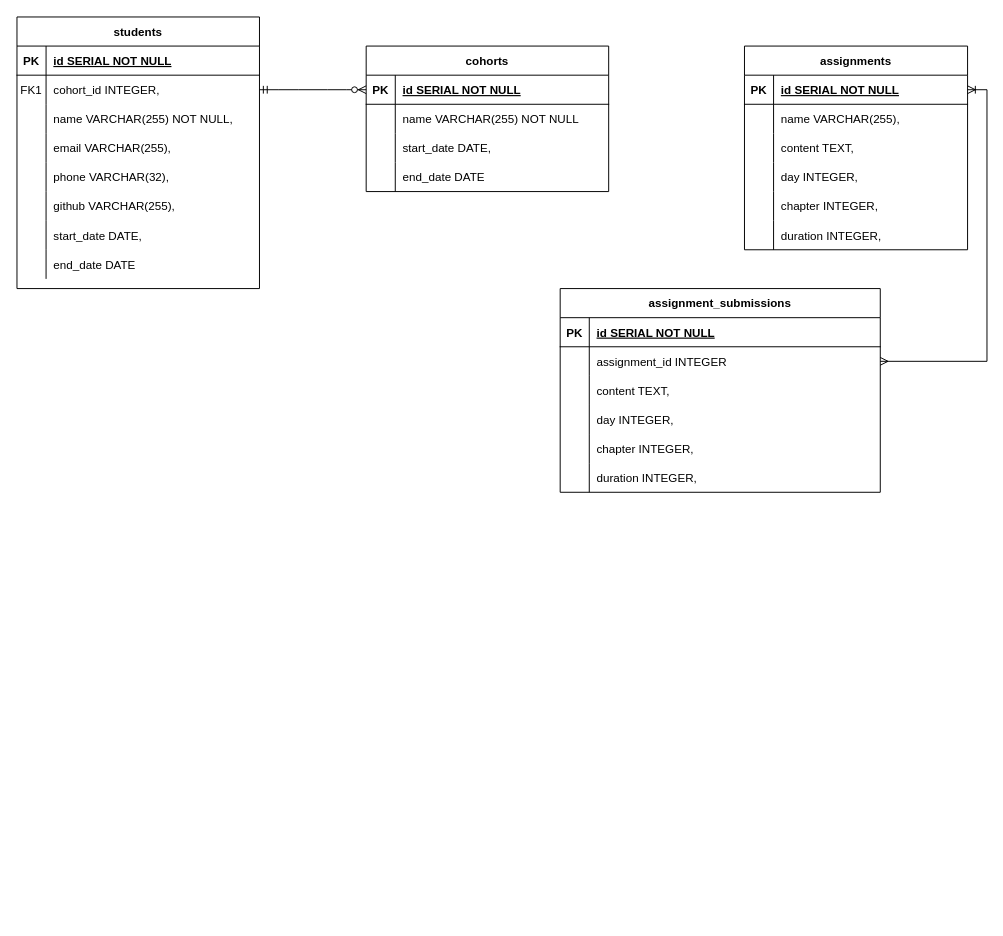
Above: BootcampX Diagram.drawio in Atkinss1/bootcampX (draw.io), before the change. Source tidied: cells renumbered, new cells numbered last; positions are measured from the earlier drawing's top-left corner, leaving out a move shared by most shapes. Both pictures are drawn from the tidied source at 97%, with x=0, y=0 at pixel (16, 16).
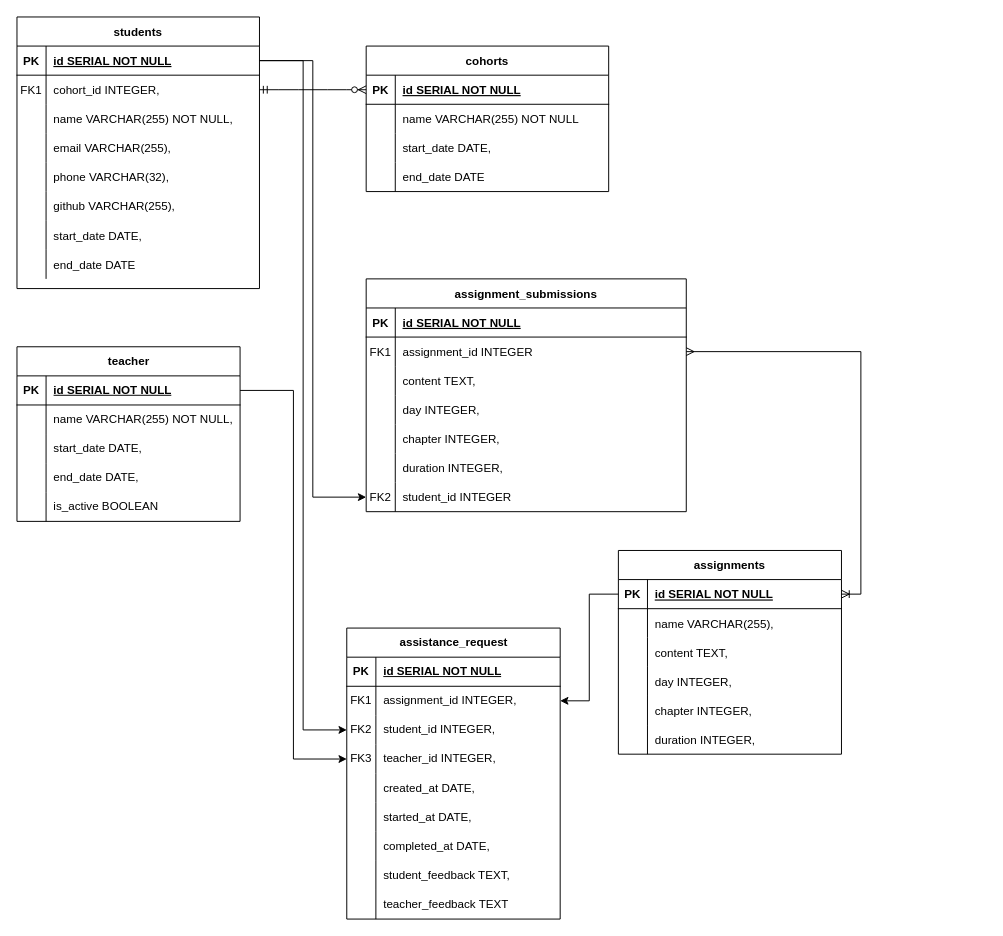
Above is the later version.

Commit message:
add: assistance_requests and teacher tables

Unchanged cells that the change refers to:
```xml
<mxCell id="4" style="shape=partialRectangle;fillColor=none;points=[[0,0.5],[1,0.5]];portConstraint=eastwest;top=0;left=0;right=0;bottom=1;" parent="3" vertex="1">
  <mxGeometry y="30" width="250" height="30" as="geometry" />
</mxCell>
<mxCell id="42" style="shape=partialRectangle;fillColor=none;points=[[0,0.5],[1,0.5]];portConstraint=eastwest;top=0;left=0;right=0;bottom=1;" parent="41" vertex="1">
  <mxGeometry y="30" width="230" height="30" as="geometry" />
</mxCell>
<mxCell id="64" style="shape=partialRectangle;fillColor=none;points=[[0,0.5],[1,0.5]];portConstraint=eastwest;top=0;left=0;right=0;bottom=0;" parent="60" vertex="1">
  <mxGeometry y="60" width="330" height="30" as="geometry" />
</mxCell>
```

What changed in the source:
```diff
@@
     <mxCell id="41" value="assignments" style="shape=table;startSize=30;childLayout=tableLayout;rowLines=0;fontStyle=1;align=center;" parent="1" vertex="1">
-      <mxGeometry x="750" y="30" width="230" height="210" as="geometry" />
+      <mxGeometry x="620" y="550" width="230" height="210" as="geometry" />
     </mxCell>
@@
     <mxCell id="60" value="assignment_submissions" style="shape=table;startSize=30;childLayout=tableLayout;rowLines=0;fontStyle=1;align=center;" parent="1" vertex="1">
-      <mxGeometry x="560" y="280" width="330" height="210" as="geometry" />
+      <mxGeometry x="360" y="270" width="330" height="240" as="geometry" />
     </mxCell>
@@
-    <mxCell id="65" style="shape=partialRectangle;overflow=hidden;fillColor=none;top=0;left=0;bottom=0;right=0;" parent="64" vertex="1">
+    <mxCell id="65" value="FK1" style="shape=partialRectangle;overflow=hidden;fillColor=none;top=0;left=0;bottom=0;right=0;" parent="64" vertex="1">
       <mxGeometry width="30" height="30" as="geometry" />
     </mxCell>
@@
+    <mxCell id="80" style="shape=partialRectangle;fillColor=none;points=[[0,0.5],[1,0.5]];portConstraint=eastwest;top=0;left=0;right=0;bottom=0;" parent="60" vertex="1">
+      <mxGeometry y="210" width="330" height="30" as="geometry" />
+    </mxCell>
+    <mxCell id="81" value="FK2" style="shape=partialRectangle;overflow=hidden;fillColor=none;top=0;left=0;bottom=0;right=0;" parent="80" vertex="1">
+      <mxGeometry width="30" height="30" as="geometry" />
+    </mxCell>
+    <mxCell id="82" value="student_id INTEGER" style="shape=partialRectangle;overflow=hidden;fillColor=none;top=0;left=0;bottom=0;right=0;align=left;spacingLeft=6;" parent="80" vertex="1">
+      <mxGeometry x="30" width="300" height="30" as="geometry" />
+    </mxCell>
@@
+    <mxCell id="83" value="teacher" style="shape=table;startSize=30;childLayout=tableLayout;rowLines=0;fontStyle=1;align=center;html=1;" parent="1" vertex="1">
+      <mxGeometry y="340" width="230" height="180" as="geometry" />
+    </mxCell>
+    <mxCell id="84" style="shape=tableRow;horizontal=0;startSize=0;swimlaneHead=0;swimlaneBody=0;fillColor=none;points=[[0,0.5],[1,0.5]];portConstraint=eastwest;top=0;left=0;right=0;bottom=1;" parent="83" vertex="1">
+      <mxGeometry y="30" width="230" height="30" as="geometry" />
+    </mxCell>
+    <mxCell id="85" value="PK" style="shape=partialRectangle;fillColor=none;top=0;left=0;bottom=0;right=0;fontStyle=1;overflow=hidden;whiteSpace=wrap;html=1;" parent="84" vertex="1">
+      <mxGeometry width="30" height="30" as="geometry" />
+    </mxCell>
+    <mxCell id="86" value="id SERIAL NOT NULL" style="shape=partialRectangle;fillColor=none;top=0;left=0;bottom=0;right=0;align=left;spacingLeft=6;fontStyle=5;overflow=hidden;whiteSpace=wrap;html=1;" parent="84" vertex="1">
+      <mxGeometry x="30" width="200" height="30" as="geometry" />
+    </mxCell>
+    <mxCell id="87" style="shape=tableRow;horizontal=0;startSize=0;swimlaneHead=0;swimlaneBody=0;fillColor=none;top=0;left=0;right=0;bottom=0;" parent="83" vertex="1">
+      <mxGeometry y="60" width="230" height="30" as="geometry" />
+    </mxCell>
+    <mxCell id="88" style="shape=partialRectangle;fillColor=none;top=0;left=0;bottom=0;right=0;overflow=hidden;whiteSpace=wrap;html=1;" parent="87" vertex="1">
+      <mxGeometry width="30" height="30" as="geometry" />
+    </mxCell>
+    <mxCell id="89" value="name VARCHAR(255) NOT NULL," style="shape=partialRectangle;fillColor=none;top=0;left=0;bottom=0;right=0;align=left;spacingLeft=6;overflow=hidden;whiteSpace=wrap;html=1;" parent="87" vertex="1">
+      <mxGeometry x="30" width="200" height="30" as="geometry" />
+    </mxCell>
+    <mxCell id="90" style="shape=tableRow;horizontal=0;startSize=0;swimlaneHead=0;swimlaneBody=0;fillColor=none;top=0;left=0;right=0;bottom=0;" parent="83" vertex="1">
+      <mxGeometry y="90" width="230" height="30" as="geometry" />
+    </mxCell>
+    <mxCell id="91" style="shape=partialRectangle;fillColor=none;top=0;left=0;bottom=0;right=0;overflow=hidden;whiteSpace=wrap;html=1;" parent="90" vertex="1">
+      <mxGeometry width="30" height="30" as="geometry" />
+    </mxCell>
+    <mxCell id="92" value="start_date DATE," style="shape=partialRectangle;fillColor=none;top=0;left=0;bottom=0;right=0;align=left;spacingLeft=6;overflow=hidden;whiteSpace=wrap;html=1;" parent="90" vertex="1">
+      <mxGeometry x="30" width="200" height="30" as="geometry" />
+    </mxCell>
+    <mxCell id="93" style="shape=tableRow;horizontal=0;startSize=0;swimlaneHead=0;swimlaneBody=0;fillColor=none;top=0;left=0;right=0;bottom=0;" parent="83" vertex="1">
+      <mxGeometry y="120" width="230" height="30" as="geometry" />
+    </mxCell>
+    <mxCell id="94" style="shape=partialRectangle;fillColor=none;top=0;left=0;bottom=0;right=0;overflow=hidden;whiteSpace=wrap;html=1;" parent="93" vertex="1">
+      <mxGeometry width="30" height="30" as="geometry" />
+    </mxCell>
+    <mxCell id="95" value="end_date DATE," style="shape=partialRectangle;fillColor=none;top=0;left=0;bottom=0;right=0;align=left;spacingLeft=6;overflow=hidden;whiteSpace=wrap;html=1;" parent="93" vertex="1">
+      <mxGeometry x="30" width="200" height="30" as="geometry" />
+    </mxCell>
+    <mxCell id="96" style="shape=tableRow;horizontal=0;startSize=0;swimlaneHead=0;swimlaneBody=0;fillColor=none;top=0;left=0;right=0;bottom=0;" parent="83" vertex="1">
+      <mxGeometry y="150" width="230" height="30" as="geometry" />
+    </mxCell>
+    <mxCell id="97" style="shape=partialRectangle;fillColor=none;top=0;left=0;bottom=0;right=0;overflow=hidden;whiteSpace=wrap;html=1;" parent="96" vertex="1">
+      <mxGeometry width="30" height="30" as="geometry" />
+    </mxCell>
+    <mxCell id="98" value="is_active BOOLEAN" style="shape=partialRectangle;fillColor=none;top=0;left=0;bottom=0;right=0;align=left;spacingLeft=6;overflow=hidden;whiteSpace=wrap;html=1;" parent="96" vertex="1">
+      <mxGeometry x="30" width="200" height="30" as="geometry" />
+    </mxCell>
+    <mxCell id="99" value="assistance_request" style="shape=table;startSize=30;childLayout=tableLayout;rowLines=0;fontStyle=1;align=center;html=1;" parent="1" vertex="1">
+      <mxGeometry x="340" y="630" width="220" height="300" as="geometry" />
+    </mxCell>
+    <mxCell id="100" style="shape=tableRow;horizontal=0;startSize=0;swimlaneHead=0;swimlaneBody=0;fillColor=none;top=0;left=0;right=0;bottom=1;" parent="99" vertex="1">
+      <mxGeometry y="30" width="220" height="30" as="geometry" />
+    </mxCell>
+    <mxCell id="101" value="PK" style="shape=partialRectangle;fillColor=none;top=0;left=0;bottom=0;right=0;fontStyle=1;overflow=hidden;whiteSpace=wrap;html=1;" parent="100" vertex="1">
+      <mxGeometry width="30" height="30" as="geometry" />
+    </mxCell>
+    <mxCell id="102" value="id SERIAL NOT NULL" style="shape=partialRectangle;fillColor=none;top=0;left=0;bottom=0;right=0;align=left;spacingLeft=6;fontStyle=5;overflow=hidden;whiteSpace=wrap;html=1;" parent="100" vertex="1">
+      <mxGeometry x="30" width="190" height="30" as="geometry" />
+    </mxCell>
+    <mxCell id="103" style="shape=tableRow;horizontal=0;startSize=0;swimlaneHead=0;swimlaneBody=0;fillColor=none;points=[[0,0.5],[1,0.5]];portConstraint=eastwest;top=0;left=0;right=0;bottom=0;" parent="99" vertex="1">
+      <mxGeometry y="60" width="220" height="30" as="geometry" />
+    </mxCell>
+    <mxCell id="104" value="FK1" style="shape=partialRectangle;fillColor=none;top=0;left=0;bottom=0;right=0;overflow=hidden;whiteSpace=wrap;html=1;" parent="103" vertex="1">
+      <mxGeometry width="30" height="30" as="geometry" />
+    </mxCell>
+    <mxCell id="105" value="assignment_id INTEGER," style="shape=partialRectangle;fillColor=none;top=0;left=0;bottom=0;right=0;align=left;spacingLeft=6;overflow=hidden;whiteSpace=wrap;html=1;" parent="103" vertex="1">
+      <mxGeometry x="30" width="190" height="30" as="geometry" />
+    </mxCell>
+    <mxCell id="106" style="shape=tableRow;horizontal=0;startSize=0;swimlaneHead=0;swimlaneBody=0;fillColor=none;points=[[0,0.5],[1,0.5]];portConstraint=eastwest;top=0;left=0;right=0;bottom=0;" parent="99" vertex="1">
+      <mxGeometry y="90" width="220" height="30" as="geometry" />
+    </mxCell>
+    <mxCell id="107" value="FK2" style="shape=partialRectangle;fillColor=none;top=0;left=0;bottom=0;right=0;overflow=hidden;whiteSpace=wrap;html=1;" parent="106" vertex="1">
+      <mxGeometry width="30" height="30" as="geometry" />
+    </mxCell>
+    <mxCell id="108" value="student_id INTEGER," style="shape=partialRectangle;fillColor=none;top=0;left=0;bottom=0;right=0;align=left;spacingLeft=6;overflow=hidden;whiteSpace=wrap;html=1;" parent="106" vertex="1">
+      <mxGeometry x="30" width="190" height="30" as="geometry" />
+    </mxCell>
+    <mxCell id="109" style="shape=tableRow;horizontal=0;startSize=0;swimlaneHead=0;swimlaneBody=0;fillColor=none;points=[[0,0.5],[1,0.5]];portConstraint=eastwest;top=0;left=0;right=0;bottom=0;" parent="99" vertex="1">
+      <mxGeometry y="120" width="220" height="30" as="geometry" />
+    </mxCell>
+    <mxCell id="110" value="FK3" style="shape=partialRectangle;fillColor=none;top=0;left=0;bottom=0;right=0;overflow=hidden;whiteSpace=wrap;html=1;" parent="109" vertex="1">
+      <mxGeometry width="30" height="30" as="geometry" />
+    </mxCell>
+    <mxCell id="111" value="teacher_id INTEGER," style="shape=partialRectangle;fillColor=none;top=0;left=0;bottom=0;right=0;align=left;spacingLeft=6;overflow=hidden;whiteSpace=wrap;html=1;" parent="109" vertex="1">
+      <mxGeometry x="30" width="190" height="30" as="geometry" />
+    </mxCell>
+    <mxCell id="112" style="shape=tableRow;horizontal=0;startSize=0;swimlaneHead=0;swimlaneBody=0;fillColor=none;top=0;left=0;right=0;bottom=0;" parent="99" vertex="1">
+      <mxGeometry y="150" width="220" height="30" as="geometry" />
+    </mxCell>
+    <mxCell id="113" style="shape=partialRectangle;fillColor=none;top=0;left=0;bottom=0;right=0;overflow=hidden;whiteSpace=wrap;html=1;" parent="112" vertex="1">
+      <mxGeometry width="30" height="30" as="geometry" />
+    </mxCell>
+    <mxCell id="114" value="created_at DATE," style="shape=partialRectangle;fillColor=none;top=0;left=0;bottom=0;right=0;align=left;spacingLeft=6;overflow=hidden;whiteSpace=wrap;html=1;" parent="112" vertex="1">
+      <mxGeometry x="30" width="190" height="30" as="geometry" />
+    </mxCell>
+    <mxCell id="115" style="shape=tableRow;horizontal=0;startSize=0;swimlaneHead=0;swimlaneBody=0;fillColor=none;top=0;left=0;right=0;bottom=0;" parent="99" vertex="1">
+      <mxGeometry y="180" width="220" height="30" as="geometry" />
+    </mxCell>
+    <mxCell id="116" style="shape=partialRectangle;fillColor=none;top=0;left=0;bottom=0;right=0;overflow=hidden;whiteSpace=wrap;html=1;" parent="115" vertex="1">
+      <mxGeometry width="30" height="30" as="geometry" />
+    </mxCell>
+    <mxCell id="117" value="started_at DATE," style="shape=partialRectangle;fillColor=none;top=0;left=0;bottom=0;right=0;align=left;spacingLeft=6;overflow=hidden;whiteSpace=wrap;html=1;" parent="115" vertex="1">
+      <mxGeometry x="30" width="190" height="30" as="geometry" />
+    </mxCell>
+    <mxCell id="118" style="shape=tableRow;horizontal=0;startSize=0;swimlaneHead=0;swimlaneBody=0;fillColor=none;top=0;left=0;right=0;bottom=0;" parent="99" vertex="1">
+      <mxGeometry y="210" width="220" height="30" as="geometry" />
+    </mxCell>
+    <mxCell id="119" style="shape=partialRectangle;fillColor=none;top=0;left=0;bottom=0;right=0;overflow=hidden;whiteSpace=wrap;html=1;" parent="118" vertex="1">
+      <mxGeometry width="30" height="30" as="geometry" />
+    </mxCell>
+    <mxCell id="120" value="completed_at DATE," style="shape=partialRectangle;fillColor=none;top=0;left=0;bottom=0;right=0;align=left;spacingLeft=6;overflow=hidden;whiteSpace=wrap;html=1;" parent="118" vertex="1">
+      <mxGeometry x="30" width="190" height="30" as="geometry" />
+    </mxCell>
+    <mxCell id="121" style="shape=tableRow;horizontal=0;startSize=0;swimlaneHead=0;swimlaneBody=0;fillColor=none;top=0;left=0;right=0;bottom=0;" parent="99" vertex="1">
+      <mxGeometry y="240" width="220" height="30" as="geometry" />
+    </mxCell>
+    <mxCell id="122" style="shape=partialRectangle;fillColor=none;top=0;left=0;bottom=0;right=0;overflow=hidden;whiteSpace=wrap;html=1;" parent="121" vertex="1">
+      <mxGeometry width="30" height="30" as="geometry" />
+    </mxCell>
+    <mxCell id="123" value="student_feedback TEXT," style="shape=partialRectangle;fillColor=none;top=0;left=0;bottom=0;right=0;align=left;spacingLeft=6;overflow=hidden;whiteSpace=wrap;html=1;" parent="121" vertex="1">
+      <mxGeometry x="30" width="190" height="30" as="geometry" />
+    </mxCell>
+    <mxCell id="124" style="shape=tableRow;horizontal=0;startSize=0;swimlaneHead=0;swimlaneBody=0;fillColor=none;top=0;left=0;right=0;bottom=0;" parent="99" vertex="1">
+      <mxGeometry y="270" width="220" height="30" as="geometry" />
+    </mxCell>
+    <mxCell id="125" style="shape=partialRectangle;fillColor=none;top=0;left=0;bottom=0;right=0;overflow=hidden;whiteSpace=wrap;html=1;" parent="124" vertex="1">
+      <mxGeometry width="30" height="30" as="geometry" />
+    </mxCell>
+    <mxCell id="126" value="teacher_feedback TEXT" style="shape=partialRectangle;fillColor=none;top=0;left=0;bottom=0;right=0;align=left;spacingLeft=6;overflow=hidden;whiteSpace=wrap;html=1;" parent="124" vertex="1">
+      <mxGeometry x="30" width="190" height="30" as="geometry" />
+    </mxCell>
+    <mxCell id="127" style="edgeStyle=orthogonalEdgeStyle;rounded=0;jettySize=auto;html=1;exitX=1;exitY=0.5;exitDx=0;exitDy=0;entryX=0;entryY=0.5;entryDx=0;entryDy=0;endArrow=classic;endFill=1;" parent="1" edge="1" source="84" target="109">
+      <mxGeometry relative="1" as="geometry" />
+    </mxCell>
+    <mxCell id="128" style="edgeStyle=orthogonalEdgeStyle;rounded=0;jettySize=auto;html=1;exitX=1;exitY=0.5;exitDx=0;exitDy=0;entryX=0;entryY=0.5;entryDx=0;entryDy=0;" parent="1" edge="1" source="4" target="106">
+      <mxGeometry relative="1" as="geometry" />
+    </mxCell>
+    <mxCell id="129" style="edgeStyle=orthogonalEdgeStyle;rounded=0;jettySize=auto;html=1;exitX=0;exitY=0.5;exitDx=0;exitDy=0;entryX=1;entryY=0.5;entryDx=0;entryDy=0;" parent="1" edge="1" source="42" target="103">
+      <mxGeometry relative="1" as="geometry" />
+    </mxCell>
+    <mxCell id="130" style="edgeStyle=orthogonalEdgeStyle;rounded=0;jettySize=auto;html=1;exitX=1;exitY=0.5;exitDx=0;exitDy=0;entryX=0;entryY=0.5;entryDx=0;entryDy=0;" parent="1" edge="1" source="4" target="80">
+      <mxGeometry relative="1" as="geometry" />
+    </mxCell>
```
